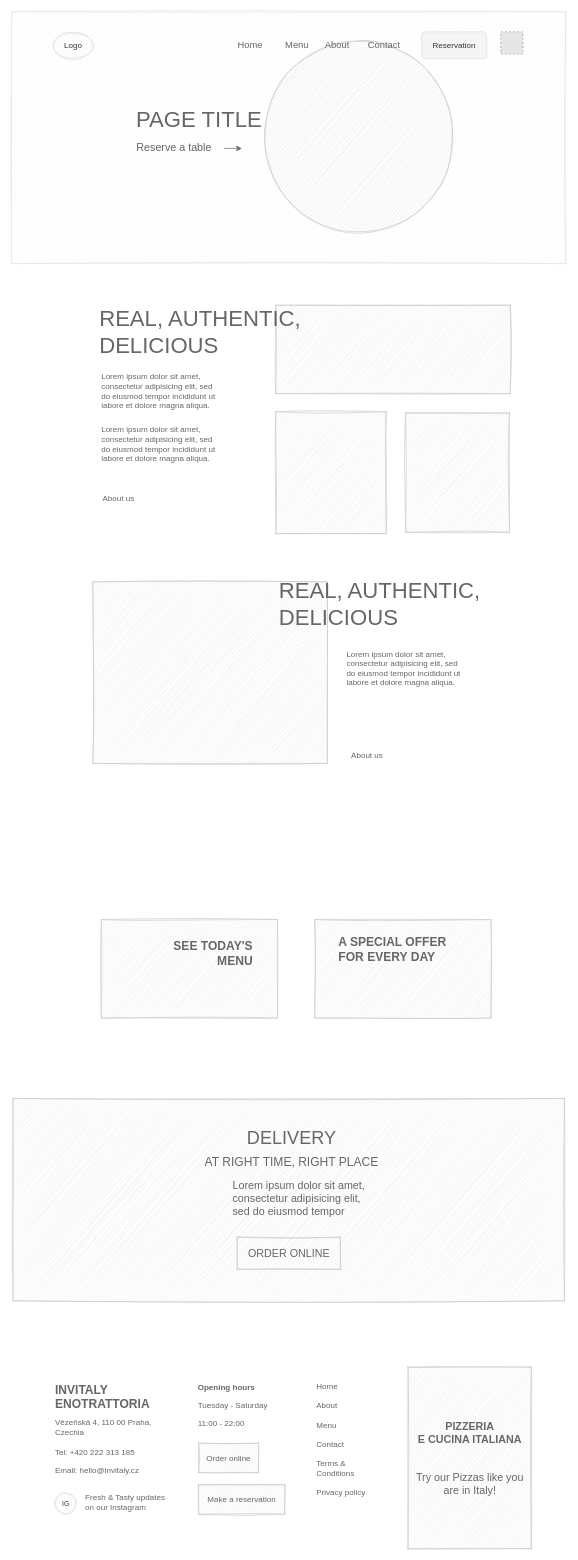
The draw.io diagram page "About" (2 of 3) of invitaly-restaurant.drawio in notitguy/diagrams, before the edit. Source tidied: cells renumbered, new cells numbered last; positions are measured from the earlier drawing's top-left corner, leaving out a move shared by most shapes. Both pictures are drawn from the tidied source at 67%, with x=0, y=0 at pixel (11, 11). Pictures stored in the file or linked from it are replaced by grey dashed boxes.
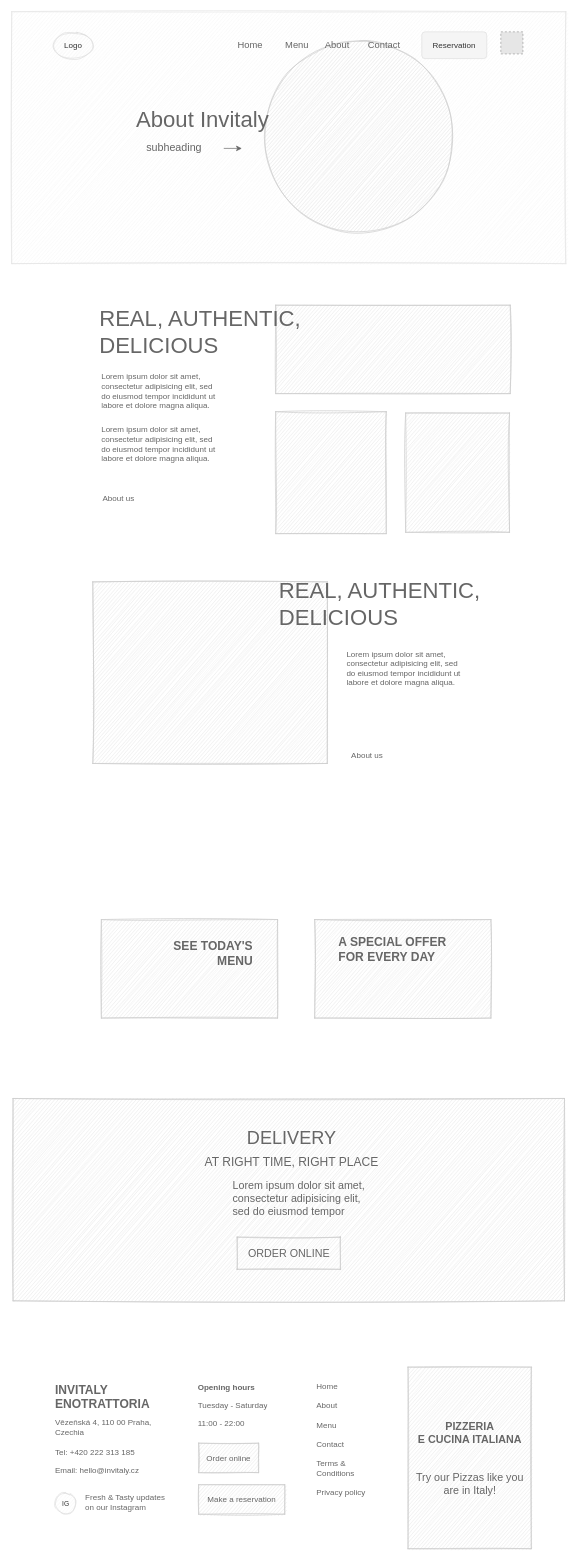
The same diagram, later.

The edit, as a diff of the source:
```diff
@@
-    <mxCell id="12" value="PAGE TITLE" style="text;html=1;strokeColor=none;fillColor=none;align=left;verticalAlign=middle;whiteSpace=wrap;rounded=0;labelBackgroundColor=none;sketch=1;fontColor=#666666;fontSize=33;" parent="1" vertex="1">
+    <mxCell id="12" value="About Invitaly" style="text;html=1;strokeColor=none;fillColor=none;align=left;verticalAlign=middle;whiteSpace=wrap;rounded=0;labelBackgroundColor=none;sketch=1;fontColor=#666666;fontSize=33;" parent="1" vertex="1">
       <mxGeometry x="184" y="143" width="253" height="34" as="geometry" />
     </mxCell>
-    <mxCell id="13" value="Reserve a table" style="text;html=1;strokeColor=none;fillColor=none;align=center;verticalAlign=middle;whiteSpace=wrap;rounded=0;labelBackgroundColor=none;sketch=1;fontSize=16;fontColor=#666666;" parent="1" vertex="1">
+    <mxCell id="13" value="subheading" style="text;html=1;strokeColor=none;fillColor=none;align=center;verticalAlign=middle;whiteSpace=wrap;rounded=0;labelBackgroundColor=none;sketch=1;fontSize=16;fontColor=#666666;" parent="1" vertex="1">
       <mxGeometry x="184" y="188" width="117" height="30" as="geometry" />
     </mxCell>
```
